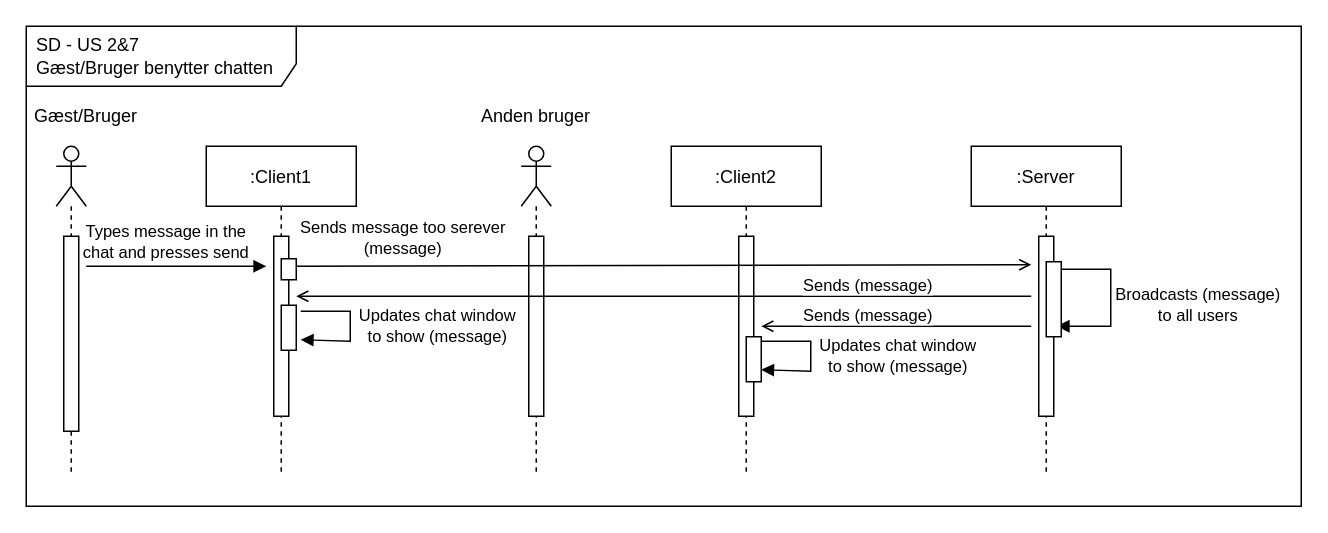
Macradon/I7BAC-PlugNPlay keeps this draw.io diagram as page "SYSARK - SD" (1 of 3) of diagrams/arkitektur/US2&7_chat.drawio. Above is the earlier version. Source tidied: cells renumbered, new cells numbered last; positions are measured from the earlier drawing's top-left corner, leaving out a move shared by most shapes. Both pictures are drawn from the tidied source at 150%, with x=0, y=0 at pixel (26, 26).
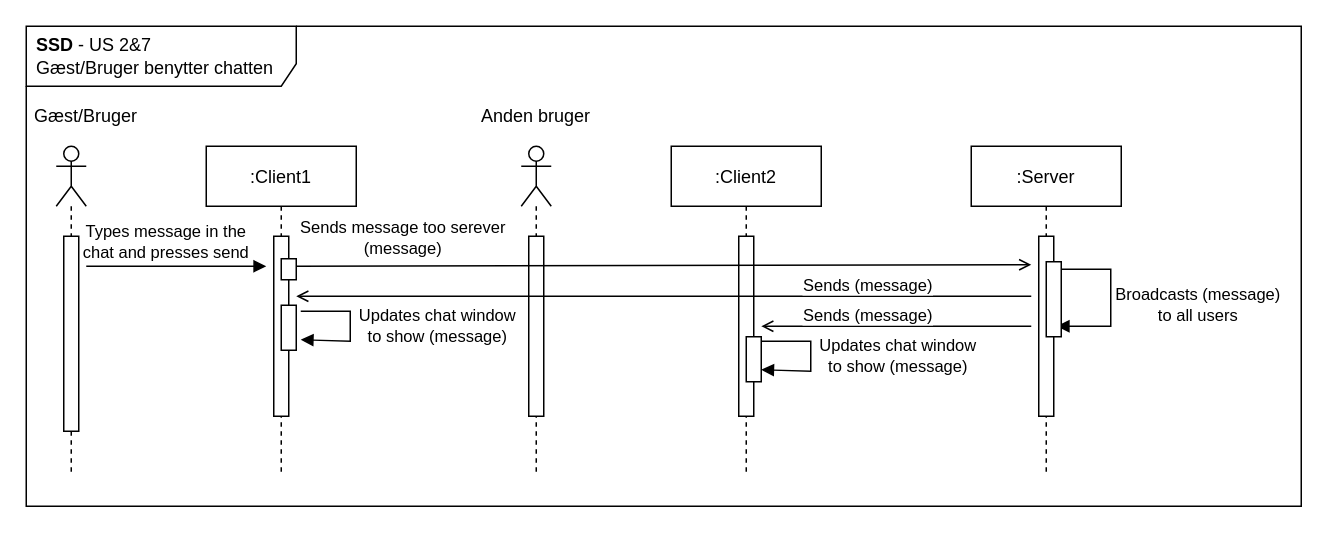
After the change.

Change to the diagram source:
```diff
@@
-    <mxCell id="2" value="SD - US 2&amp;amp;7&lt;br&gt;Gæst/Bruger benytter chatten" style="shape=umlFrame;whiteSpace=wrap;html=1;width=180;height=40;boundedLbl=1;verticalAlign=middle;align=left;spacingLeft=5;" parent="1" vertex="1">
+    <mxCell id="2" value="&lt;b&gt;SSD&lt;/b&gt; - US 2&amp;amp;7&lt;br&gt;Gæst/Bruger benytter chatten" style="shape=umlFrame;whiteSpace=wrap;html=1;width=180;height=40;boundedLbl=1;verticalAlign=middle;align=left;spacingLeft=5;" parent="1" vertex="1">
       <mxGeometry width="850" height="320" as="geometry" />
     </mxCell>
```
